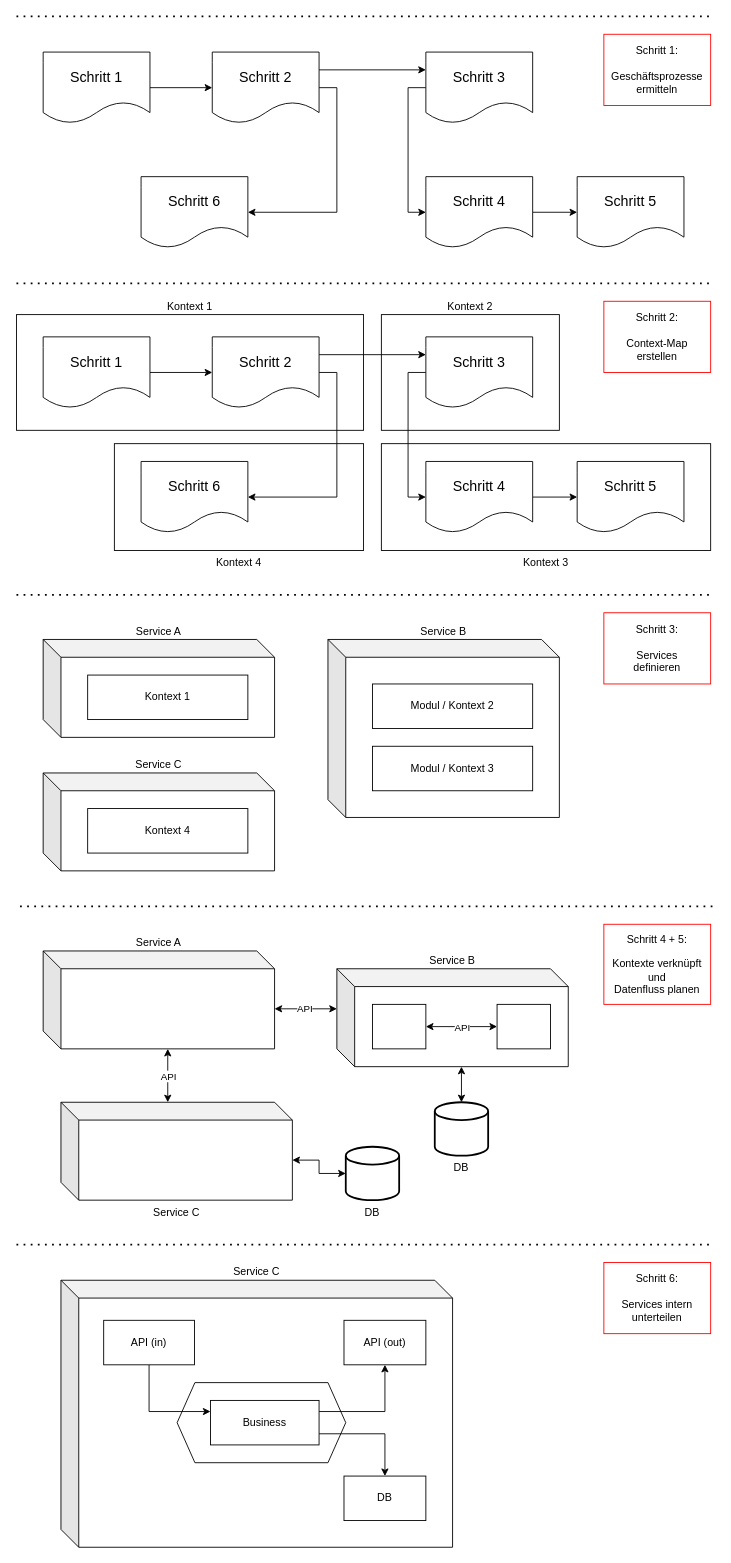
The draw.io diagram project-architecture-guide.drawio in coc-university/software-architecture-guide, before the edit. Source tidied: cells renumbered, new cells numbered last; positions are measured from the earlier drawing's top-left corner, leaving out a move shared by most shapes. Both pictures are drawn from the tidied source at 89%, with x=0, y=0 at pixel (16, 16).
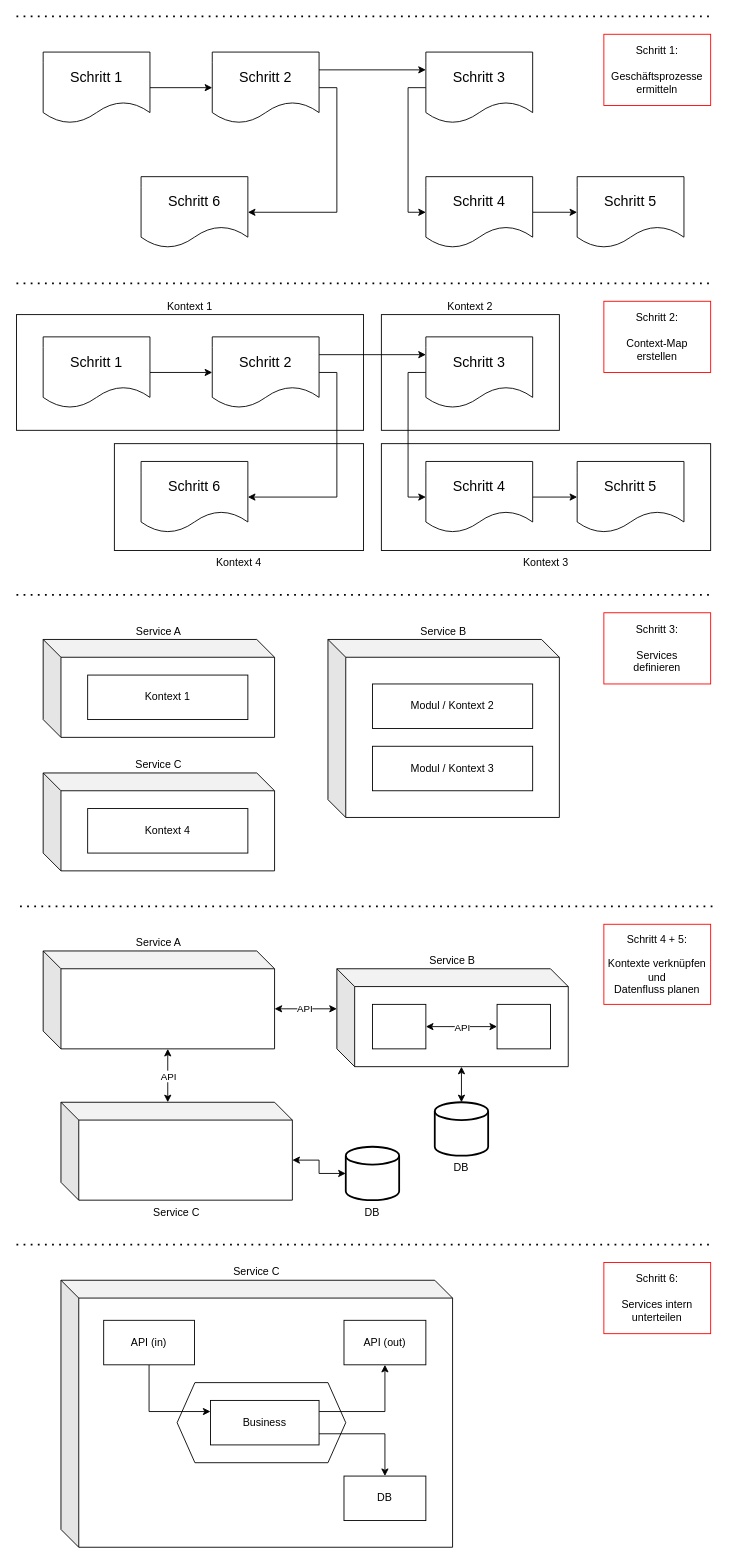
After the change.

The edit, as a diff of the source:
```diff
@@
-    <mxCell id="60" value="&lt;div&gt;Schritt 4 + 5:&lt;/div&gt;&lt;div&gt;&lt;br&gt;&lt;/div&gt;Kontexte verknüpft&lt;div&gt;und&lt;/div&gt;&lt;div&gt;Datenfluss planen&lt;/div&gt;" style="rounded=0;whiteSpace=wrap;html=1;strokeColor=#FF0000;" parent="1" vertex="1">
+    <mxCell id="60" value="&lt;div&gt;Schritt 4 + 5:&lt;/div&gt;&lt;div&gt;&lt;br&gt;&lt;/div&gt;Kontexte verknüpfen&lt;div&gt;und&lt;/div&gt;&lt;div&gt;Datenfluss planen&lt;/div&gt;" style="rounded=0;whiteSpace=wrap;html=1;strokeColor=#FF0000;" parent="1" vertex="1">
       <mxGeometry x="660" y="1020" width="120" height="90" as="geometry" />
     </mxCell>
```
